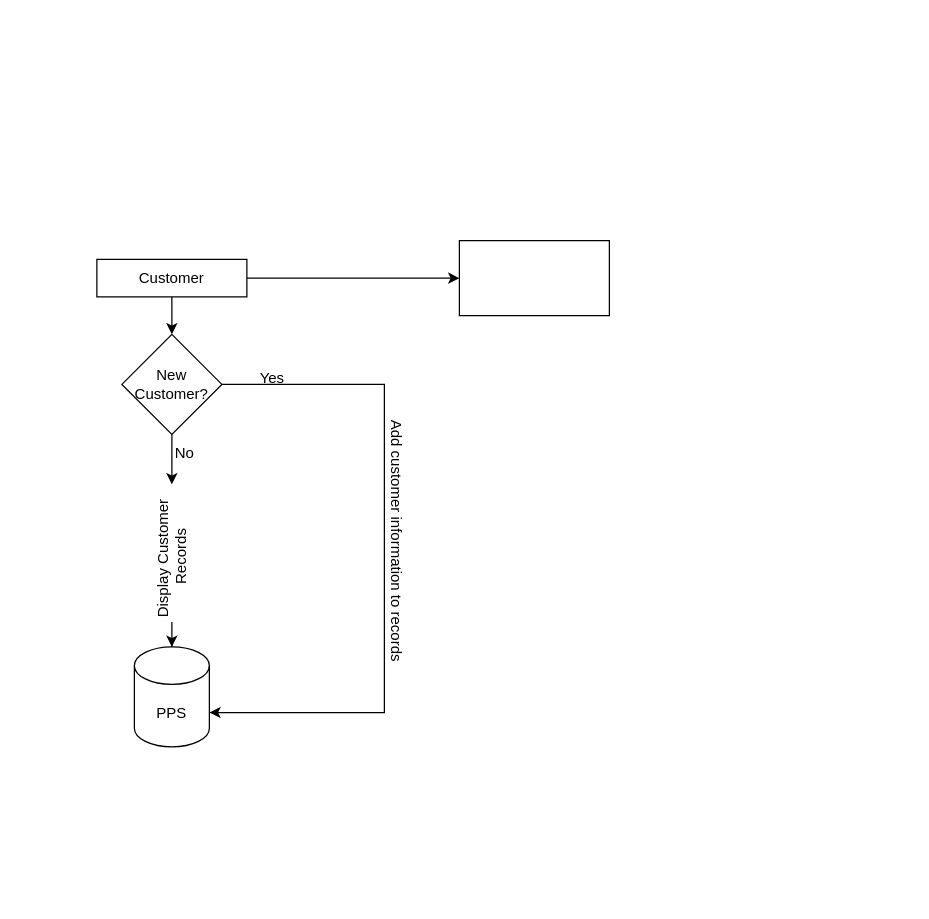
Above: Untitled Diagram.drawio in tanneruzzell/Cadence (draw.io), before the change. Source tidied: cells renumbered, new cells numbered last; positions are measured from the earlier drawing's top-left corner, leaving out a move shared by most shapes. Both pictures are drawn from the tidied source at 125%, with x=0, y=0 at pixel (96, 240).
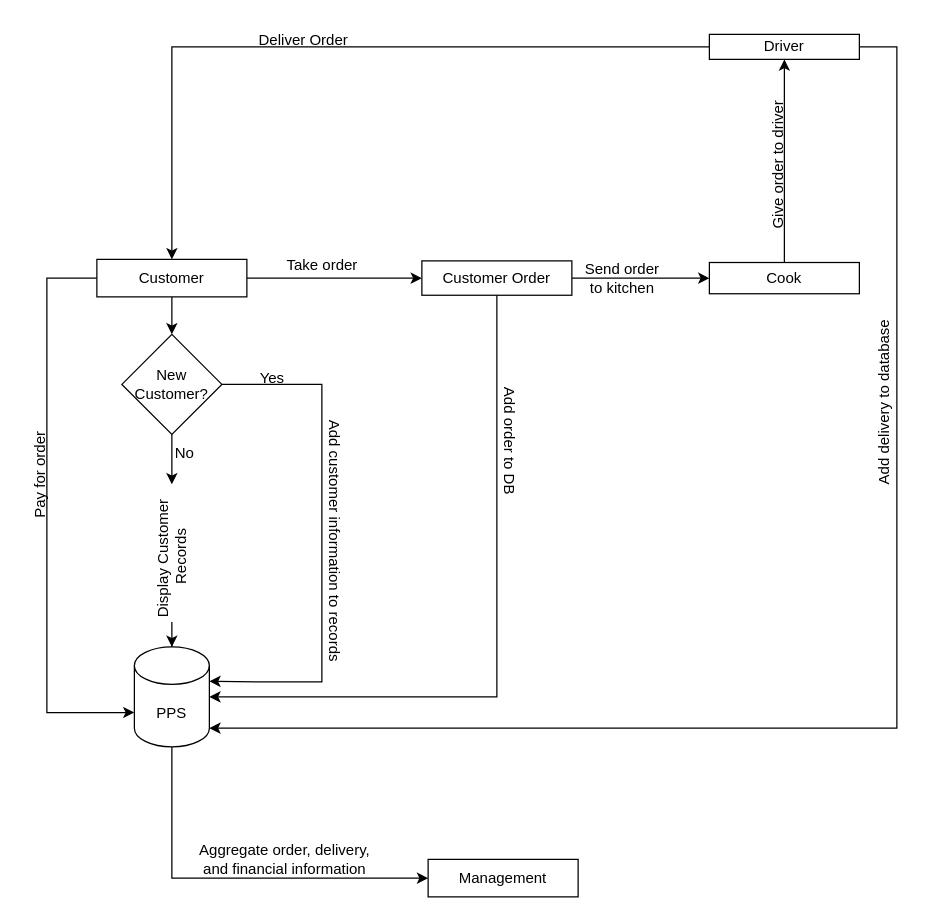
The same page after the edit.

The change refers to these unchanged cells:
```xml
<mxCell id="4" value="Customer" style="rounded=0;whiteSpace=wrap;html=1;" parent="1" vertex="1">
  <mxGeometry y="15" width="120" height="30" as="geometry" />
</mxCell>
<mxCell id="7" value="New Customer?" style="rhombus;whiteSpace=wrap;html=1;" parent="1" vertex="1">
  <mxGeometry x="20" y="75" width="80" height="80" as="geometry" />
</mxCell>
<mxCell id="8" value="PPS" style="shape=cylinder3;whiteSpace=wrap;html=1;boundedLbl=1;backgroundOutline=1;size=15;" parent="1" vertex="1">
  <mxGeometry x="30" y="325" width="60" height="80" as="geometry" />
</mxCell>
```

The edit, as a diff of the source:
```diff
@@
+    <mxCell id="15" style="edgeStyle=orthogonalEdgeStyle;rounded=0;jettySize=auto;html=1;entryX=0;entryY=0;entryDx=0;entryDy=52.5;entryPerimeter=0;" parent="1" edge="1" source="4" target="8">
+      <mxGeometry relative="1" as="geometry">
+        <Array as="points">
+          <mxPoint x="-40" y="30" />
+          <mxPoint x="-40" y="378" />
+        </Array>
+      </mxGeometry>
+    </mxCell>
@@
-    <mxCell id="6" style="edgeStyle=orthogonalEdgeStyle;rounded=0;jettySize=auto;html=1;entryX=1;entryY=0;entryDx=0;entryDy=52.5;entryPerimeter=0;" parent="1" edge="1" source="7" target="8">
+    <mxCell id="6" style="edgeStyle=orthogonalEdgeStyle;rounded=0;jettySize=auto;html=1;entryX=1;entryY=0;entryDx=0;entryDy=27.5;entryPerimeter=0;" parent="1" edge="1" source="7" target="8">
       <mxGeometry relative="1" as="geometry">
         <Array as="points">
-          <mxPoint x="230" y="115" />
-          <mxPoint x="230" y="378" />
+          <mxPoint x="180" y="115" />
+          <mxPoint x="180" y="353" />
+          <mxPoint x="130" y="353" />
         </Array>
       </mxGeometry>
     </mxCell>
@@
+    <mxCell id="16" style="edgeStyle=orthogonalEdgeStyle;rounded=0;jettySize=auto;html=1;entryX=0;entryY=0.5;entryDx=0;entryDy=0;" parent="1" edge="1" source="8" target="30">
+      <mxGeometry relative="1" as="geometry">
+        <Array as="points">
+          <mxPoint x="60" y="510" />
+        </Array>
+      </mxGeometry>
+    </mxCell>
@@
     <mxCell id="13" value="Add customer information to records" style="text;html=1;align=center;verticalAlign=middle;strokeColor=none;fillColor=none;rotation=90;" parent="1" vertex="1">
-      <mxGeometry x="130" y="225" width="220" height="30" as="geometry" />
+      <mxGeometry x="80" y="225" width="220" height="30" as="geometry" />
     </mxCell>
+    <mxCell id="17" style="edgeStyle=orthogonalEdgeStyle;rounded=0;jettySize=auto;html=1;" parent="1" edge="1" source="14" target="20">
+      <mxGeometry relative="1" as="geometry" />
+    </mxCell>
+    <mxCell id="18" style="edgeStyle=orthogonalEdgeStyle;rounded=0;jettySize=auto;html=1;entryX=1;entryY=0.5;entryDx=0;entryDy=0;entryPerimeter=0;" parent="1" edge="1" source="14" target="8">
+      <mxGeometry relative="1" as="geometry">
+        <Array as="points">
+          <mxPoint x="320" y="365" />
+        </Array>
+      </mxGeometry>
+    </mxCell>
-    <mxCell id="14" style="whiteSpace=wrap;html=1;rounded=0;" parent="1" vertex="1">
-      <mxGeometry x="290" width="120" height="60" as="geometry" />
+    <mxCell id="14" value="Customer Order" style="whiteSpace=wrap;html=1;rounded=0;" parent="1" vertex="1">
+      <mxGeometry x="260" y="16.2" width="120" height="27.5" as="geometry" />
     </mxCell>
+    <mxCell id="19" style="edgeStyle=orthogonalEdgeStyle;rounded=0;jettySize=auto;html=1;" parent="1" edge="1" source="20" target="26">
+      <mxGeometry relative="1" as="geometry" />
+    </mxCell>
+    <mxCell id="20" value="Cook" style="whiteSpace=wrap;html=1;rounded=0;" parent="1" vertex="1">
+      <mxGeometry x="490" y="17.5" width="120" height="25" as="geometry" />
+    </mxCell>
+    <mxCell id="21" value="Add order to DB" style="text;html=1;align=center;verticalAlign=middle;strokeColor=none;fillColor=none;rotation=90;" parent="1" vertex="1">
+      <mxGeometry x="275" y="145" width="110" height="30" as="geometry" />
+    </mxCell>
+    <mxCell id="22" value="Take order" style="text;html=1;align=center;verticalAlign=middle;strokeColor=none;fillColor=none;" parent="1" vertex="1">
+      <mxGeometry x="140" y="5" width="80" height="30" as="geometry" />
+    </mxCell>
+    <mxCell id="23" value="Send order &lt;br&gt;to kitchen" style="text;html=1;align=center;verticalAlign=middle;strokeColor=none;fillColor=none;" parent="1" vertex="1">
+      <mxGeometry x="380" y="10" width="80" height="40" as="geometry" />
+    </mxCell>
+    <mxCell id="24" style="edgeStyle=orthogonalEdgeStyle;rounded=0;jettySize=auto;html=1;" parent="1" edge="1" source="26" target="4">
+      <mxGeometry relative="1" as="geometry" />
+    </mxCell>
+    <mxCell id="25" style="edgeStyle=orthogonalEdgeStyle;rounded=0;jettySize=auto;html=1;entryX=1;entryY=1;entryDx=0;entryDy=-15;entryPerimeter=0;" parent="1" edge="1" source="26" target="8">
+      <mxGeometry relative="1" as="geometry">
+        <Array as="points">
+          <mxPoint x="640" y="-155" />
+          <mxPoint x="640" y="390" />
+        </Array>
+      </mxGeometry>
+    </mxCell>
+    <mxCell id="26" value="Driver" style="whiteSpace=wrap;html=1;" parent="1" vertex="1">
+      <mxGeometry x="490" y="-165" width="120" height="20" as="geometry" />
+    </mxCell>
+    <mxCell id="27" value="Give order to driver" style="text;html=1;align=center;verticalAlign=middle;strokeColor=none;fillColor=none;rotation=-90;" parent="1" vertex="1">
+      <mxGeometry x="480" y="-75" width="130" height="30" as="geometry" />
+    </mxCell>
+    <mxCell id="28" value="Deliver Order" style="text;html=1;align=center;verticalAlign=middle;strokeColor=none;fillColor=none;" parent="1" vertex="1">
+      <mxGeometry x="120" y="-175" width="90" height="30" as="geometry" />
+    </mxCell>
+    <mxCell id="29" value="Pay for order" style="text;html=1;align=center;verticalAlign=middle;strokeColor=none;fillColor=none;rotation=-90;" parent="1" vertex="1">
+      <mxGeometry x="-90" y="173" width="90" height="30" as="geometry" />
+    </mxCell>
+    <mxCell id="30" value="Management" style="whiteSpace=wrap;html=1;" parent="1" vertex="1">
+      <mxGeometry x="265" y="495" width="120" height="30" as="geometry" />
+    </mxCell>
+    <mxCell id="31" value="Aggregate order, delivery, &lt;br&gt;and financial information" style="text;html=1;align=center;verticalAlign=middle;strokeColor=none;fillColor=none;rotation=0;" parent="1" vertex="1">
+      <mxGeometry x="70" y="475" width="160" height="40" as="geometry" />
+    </mxCell>
+    <mxCell id="32" value="Add delivery to database" style="text;html=1;align=center;verticalAlign=middle;strokeColor=none;fillColor=none;rotation=-90;" parent="1" vertex="1">
+      <mxGeometry x="550" y="115" width="160" height="30" as="geometry" />
+    </mxCell>
```
